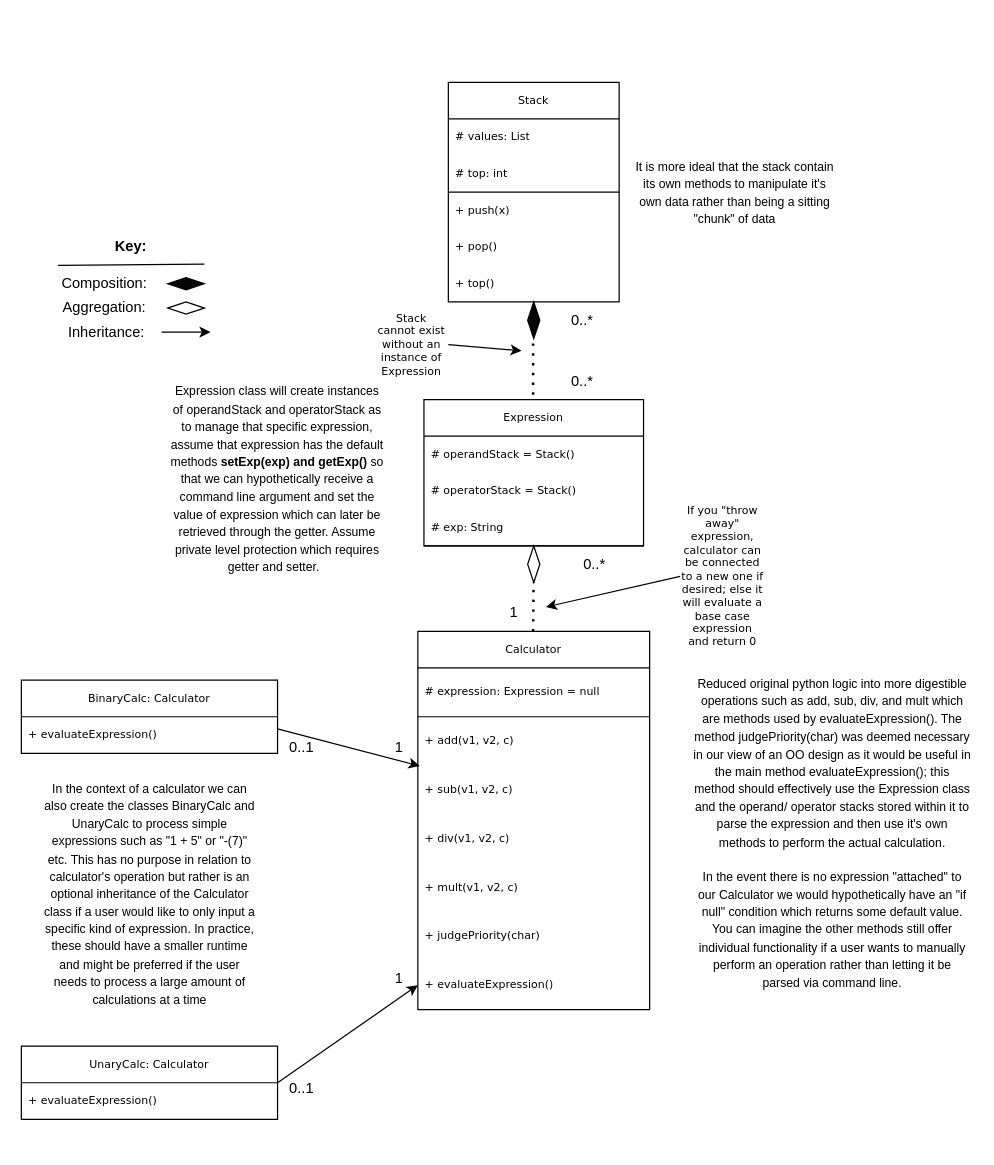
matty-gg/CSE2102-SP24-Lab1-Group19 keeps this draw.io diagram as Lab1ClassDiagram.drawio. Above is the earlier version. Source tidied: cells renumbered, new cells numbered last; positions are measured from the earlier drawing's top-left corner, leaving out a move shared by most shapes. Both pictures are drawn from the tidied source at 122%, with x=0, y=0 at pixel (21, 82).
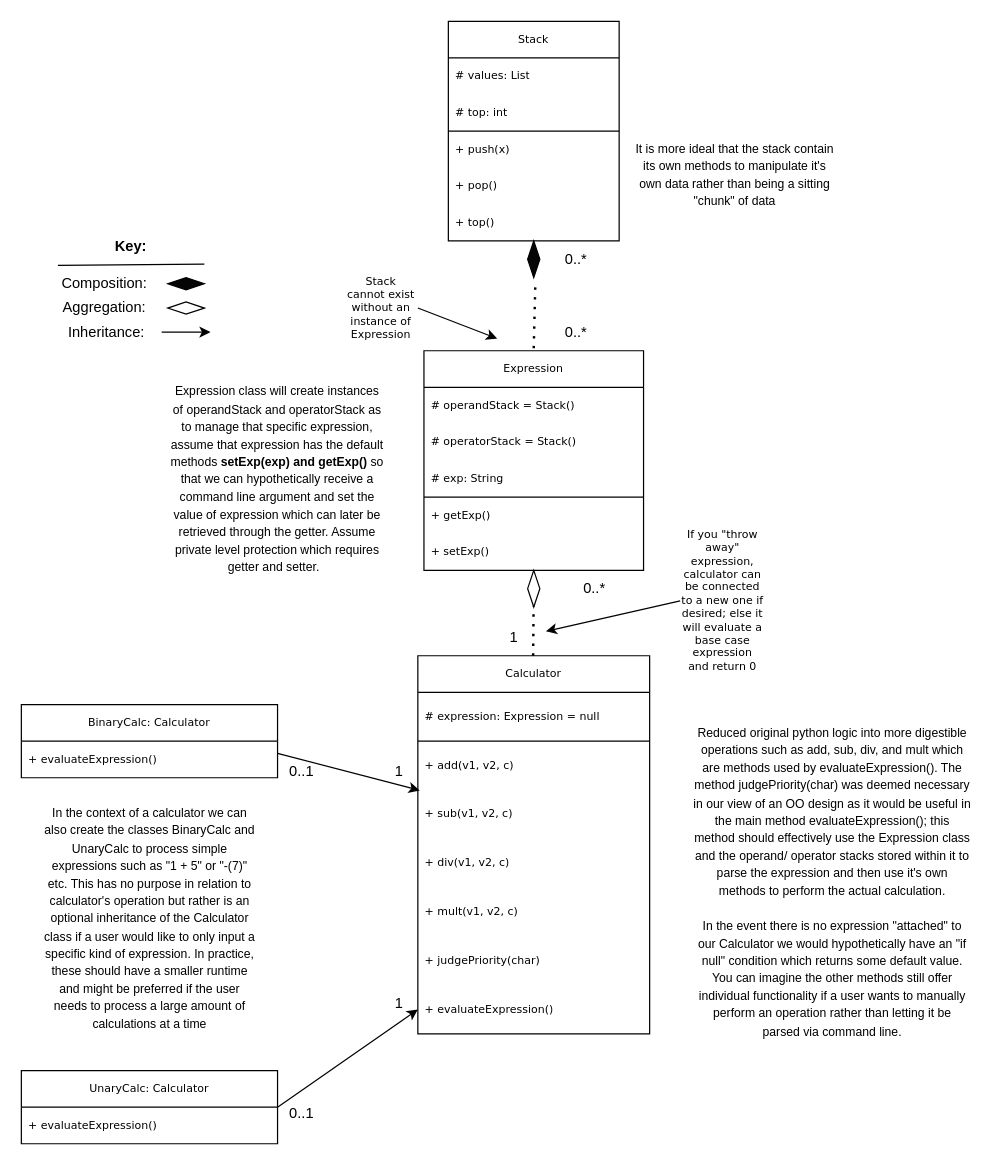
The same diagram, later.

Unchanged cells that the change refers to:
```xml
<mxCell id="17" value="+ evaluateExpression()" style="text;strokeColor=none;fillColor=none;align=left;verticalAlign=middle;spacingLeft=4;spacingRight=4;overflow=hidden;points=[[0,0.5],[1,0.5]];portConstraint=eastwest;whiteSpace=wrap;html=1;fontSize=9;fontFamily=Verdana;flipH=1;direction=east;" parent="9" vertex="1">
  <mxGeometry y="270" width="190" height="40" as="geometry" />
</mxCell>
```

Diff of the diagram source:
```diff
@@
     <mxCell id="2" value="Stack" style="swimlane;fontStyle=0;horizontal=1;startSize=30;whiteSpace=wrap;html=1;fontSize=9;fontFamily=Verdana;" parent="1" vertex="1">
-      <mxGeometry x="350" width="140" height="180" as="geometry" />
+      <mxGeometry x="350" y="-50" width="140" height="180" as="geometry" />
     </mxCell>
@@
     <mxCell id="9" value="Calculator" style="swimlane;fontStyle=0;horizontal=1;startSize=30;whiteSpace=wrap;html=1;fontSize=9;fontFamily=Verdana;" parent="1" vertex="1">
-      <mxGeometry x="325" y="450" width="190" height="310" as="geometry" />
+      <mxGeometry x="325" y="470" width="190" height="310" as="geometry" />
     </mxCell>
@@
     <mxCell id="18" value="Expression" style="swimlane;fontStyle=0;horizontal=1;startSize=30;whiteSpace=wrap;html=1;fontFamily=Verdana;fontSize=9;" parent="1" vertex="1">
-      <mxGeometry x="330" y="260" width="180" height="120" as="geometry" />
+      <mxGeometry x="330" y="220" width="180" height="180" as="geometry" />
     </mxCell>
@@
+    <mxCell id="59" value="+ getExp()" style="text;strokeColor=none;fillColor=none;align=left;verticalAlign=middle;spacingLeft=4;spacingRight=4;overflow=hidden;whiteSpace=wrap;html=1;fontFamily=Verdana;fontSize=9;" parent="18" vertex="1">
+      <mxGeometry y="120" width="180" height="30" as="geometry" />
+    </mxCell>
+    <mxCell id="60" value="+ setExp()" style="text;strokeColor=none;fillColor=none;align=left;verticalAlign=middle;spacingLeft=4;spacingRight=4;overflow=hidden;whiteSpace=wrap;html=1;fontFamily=Verdana;fontSize=9;" parent="18" vertex="1">
+      <mxGeometry y="150" width="180" height="30" as="geometry" />
+    </mxCell>
@@
     <mxCell id="23" value="&lt;font style=&quot;font-size: 9px;&quot;&gt;Stack cannot exist without an instance of Expression&lt;/font&gt;" style="text;html=1;strokeColor=none;fillColor=none;align=center;verticalAlign=middle;whiteSpace=wrap;rounded=0;fontSize=9;fontFamily=Verdana;" parent="1" vertex="1">
-      <mxGeometry x="290" y="200" width="60" height="30" as="geometry" />
+      <mxGeometry x="265" y="170" width="60" height="30" as="geometry" />
     </mxCell>
     <mxCell id="24" style="endArrow=classic;html=1;rounded=0;fontSize=9;fontFamily=Verdana;exitX=1;exitY=0.5;exitDx=0;exitDy=0;" parent="1" edge="1" source="23">
       <mxGeometry relative="1" as="geometry">
-        <mxPoint x="410" y="220" as="targetPoint" />
+        <mxPoint x="390" y="210" as="targetPoint" />
       </mxGeometry>
     </mxCell>
     <mxCell id="25" style="endArrow=classic;html=1;rounded=0;fontSize=9;fontFamily=Verdana;exitX=0;exitY=0.5;exitDx=0;exitDy=0;" parent="1" edge="1" source="26">
       <mxGeometry relative="1" as="geometry">
-        <mxPoint x="430" y="430" as="targetPoint" />
+        <mxPoint x="430" y="450" as="targetPoint" />
       </mxGeometry>
     </mxCell>
     <mxCell id="26" value="If you &quot;throw away&quot; expression, calculator can be connected to a new one if desired; else it will evaluate a base case expression and return 0" style="rounded=0;whiteSpace=wrap;html=1;strokeColor=none;fillColor=none;fontSize=9;fontFamily=Verdana;" parent="1" vertex="1">
-      <mxGeometry x="540" y="390" width="70" height="30" as="geometry" />
+      <mxGeometry x="540" y="410" width="70" height="30" as="geometry" />
     </mxCell>
     <mxCell id="27" value="BinaryCalc: Calculator" style="swimlane;fontStyle=0;horizontal=1;startSize=30;whiteSpace=wrap;html=1;fontSize=9;fontFamily=Verdana;" parent="1" vertex="1">
-      <mxGeometry y="490" width="210" height="60" as="geometry" />
+      <mxGeometry y="510" width="210" height="60" as="geometry" />
     </mxCell>
@@
     <mxCell id="29" value="UnaryCalc: Calculator" style="swimlane;fontStyle=0;horizontal=1;startSize=30;whiteSpace=wrap;html=1;fontSize=9;fontFamily=Verdana;" parent="1" vertex="1">
-      <mxGeometry y="790" width="210" height="60" as="geometry" />
+      <mxGeometry y="810" width="210" height="60" as="geometry" />
     </mxCell>
@@
-    <mxCell id="31" style="endArrow=none;dashed=1;html=1;dashPattern=1 3;strokeWidth=2;rounded=0;exitX=0.5;exitY=0;exitDx=0;exitDy=0;" parent="1" edge="1">
-      <mxGeometry relative="1" as="geometry">
-        <mxPoint x="419.5" y="256" as="sourcePoint" />
-        <mxPoint x="419.5" y="180" as="targetPoint" />
-      </mxGeometry>
+    <mxCell id="31" style="endArrow=none;dashed=1;html=1;dashPattern=1 3;strokeWidth=2;rounded=0;exitX=0.5;exitY=-0.011;exitDx=0;exitDy=0;exitPerimeter=0;entryX=0.633;entryY=1.133;entryDx=0;entryDy=0;entryPerimeter=0;" parent="1" edge="1" source="18" target="50">
+      <mxGeometry relative="1" as="geometry" />
     </mxCell>
     <mxCell id="32" style="endArrow=none;dashed=1;html=1;dashPattern=1 3;strokeWidth=2;rounded=0;exitX=0.5;exitY=0;exitDx=0;exitDy=0;" parent="1" edge="1" source="49">
       <mxGeometry relative="1" as="geometry">
-        <mxPoint x="420" y="380" as="targetPoint" />
+        <mxPoint x="420" y="400" as="targetPoint" />
       </mxGeometry>
     </mxCell>
     <mxCell id="33" value="0..*" style="text;html=1;strokeColor=none;fillColor=none;align=center;verticalAlign=middle;whiteSpace=wrap;rounded=0;" parent="1" vertex="1">
-      <mxGeometry x="440" y="380" width="60" height="30" as="geometry" />
+      <mxGeometry x="440" y="400" width="60" height="30" as="geometry" />
     </mxCell>
     <mxCell id="34" value="1" style="text;html=1;strokeColor=none;fillColor=none;align=center;verticalAlign=middle;whiteSpace=wrap;rounded=0;" parent="1" vertex="1">
-      <mxGeometry x="374" y="420" width="60" height="30" as="geometry" />
+      <mxGeometry x="374" y="440" width="60" height="30" as="geometry" />
     </mxCell>
     <mxCell id="35" value="0..1" style="text;html=1;strokeColor=none;fillColor=none;align=center;verticalAlign=middle;whiteSpace=wrap;rounded=0;" parent="1" vertex="1">
-      <mxGeometry x="200" y="530" width="60" height="30" as="geometry" />
+      <mxGeometry x="200" y="550" width="60" height="30" as="geometry" />
     </mxCell>
     <mxCell id="36" value="0..1" style="text;html=1;strokeColor=none;fillColor=none;align=center;verticalAlign=middle;whiteSpace=wrap;rounded=0;" parent="1" vertex="1">
-      <mxGeometry x="200" y="810" width="60" height="30" as="geometry" />
+      <mxGeometry x="200" y="830" width="60" height="30" as="geometry" />
     </mxCell>
     <mxCell id="37" value="0..*" style="text;html=1;strokeColor=none;fillColor=none;align=center;verticalAlign=middle;whiteSpace=wrap;rounded=0;" parent="1" vertex="1">
-      <mxGeometry x="430" y="180" width="60" height="30" as="geometry" />
+      <mxGeometry x="425" y="130" width="60" height="30" as="geometry" />
     </mxCell>
     <mxCell id="38" value="1" style="text;html=1;strokeColor=none;fillColor=none;align=center;verticalAlign=middle;whiteSpace=wrap;rounded=0;" parent="1" vertex="1">
-      <mxGeometry x="280" y="720" width="60" height="30" as="geometry" />
+      <mxGeometry x="280" y="740" width="60" height="30" as="geometry" />
     </mxCell>
     <mxCell id="39" value="1" style="text;html=1;strokeColor=none;fillColor=none;align=center;verticalAlign=middle;whiteSpace=wrap;rounded=0;" parent="1" vertex="1">
-      <mxGeometry x="280" y="530" width="60" height="30" as="geometry" />
+      <mxGeometry x="280" y="550" width="60" height="30" as="geometry" />
     </mxCell>
     <mxCell id="40" value="0..*" style="text;html=1;strokeColor=none;fillColor=none;align=center;verticalAlign=middle;whiteSpace=wrap;rounded=0;" parent="1" vertex="1">
-      <mxGeometry x="430" y="230" width="60" height="30" as="geometry" />
+      <mxGeometry x="425" y="190" width="60" height="30" as="geometry" />
     </mxCell>
     <mxCell id="41" style="endArrow=classic;html=1;rounded=0;" parent="1" edge="1">
       <mxGeometry relative="1" as="geometry">
-        <mxPoint x="250" y="710" as="sourcePoint" />
-        <mxPoint x="250" y="710" as="targetPoint" />
+        <mxPoint x="250" y="730" as="sourcePoint" />
+        <mxPoint x="250" y="730" as="targetPoint" />
       </mxGeometry>
     </mxCell>
@@
     <mxCell id="48" style="endArrow=none;dashed=1;html=1;dashPattern=1 3;strokeWidth=2;rounded=0;exitX=0.5;exitY=0;exitDx=0;exitDy=0;" parent="1" edge="1" target="49">
       <mxGeometry relative="1" as="geometry">
-        <mxPoint x="419.5" y="450" as="sourcePoint" />
+        <mxPoint x="419.5" y="470" as="sourcePoint" />
       </mxGeometry>
     </mxCell>
     <mxCell id="49" style="rhombus;whiteSpace=wrap;html=1;" parent="1" vertex="1">
-      <mxGeometry x="415" y="380" width="10" height="30" as="geometry" />
+      <mxGeometry x="415" y="400" width="10" height="30" as="geometry" />
     </mxCell>
     <mxCell id="50" style="rhombus;whiteSpace=wrap;html=1;fillColor=#050505;rotation=0;" parent="1" vertex="1">
-      <mxGeometry x="415" y="180" width="10" height="30" as="geometry" />
+      <mxGeometry x="415" y="130" width="10" height="30" as="geometry" />
     </mxCell>
@@
     <mxCell id="52" style="endArrow=classic;html=1;rounded=0;entryX=0;entryY=0.5;entryDx=0;entryDy=0;" parent="1" edge="1" target="17">
       <mxGeometry relative="1" as="geometry">
-        <mxPoint x="210" y="820" as="sourcePoint" />
+        <mxPoint x="210" y="840" as="sourcePoint" />
       </mxGeometry>
     </mxCell>
@@
     <mxCell id="55" value="&lt;font style=&quot;font-size: 10px;&quot;&gt;In the context of a calculator we can also create the classes BinaryCalc and UnaryCalc to process simple expressions such as &quot;1 + 5&quot; or &quot;-(7)&quot; etc. This has no purpose in relation to calculator's operation but rather is an optional inheritance of the Calculator class if a user would like to only input a specific kind of expression. In practice, these should have a smaller runtime and might be preferred if the user needs to process a large amount of calculations at a time&lt;/font&gt;" style="text;html=1;strokeColor=none;fillColor=none;align=center;verticalAlign=middle;whiteSpace=wrap;rounded=0;" parent="1" vertex="1">
-      <mxGeometry x="17.5" y="650" width="175" height="30" as="geometry" />
+      <mxGeometry x="17.5" y="670" width="175" height="30" as="geometry" />
     </mxCell>
     <mxCell id="56" value="&lt;font style=&quot;font-size: 10px;&quot;&gt;Reduced original python logic into more digestible operations such as add, sub, div, and mult which are methods used by evaluateExpression(). The method judgePriority(char) was deemed necessary in our view of an OO design as it would be useful in the main method evaluateExpression(); this method should effectively use the Expression class and the operand/ operator stacks stored within it to parse the expression and then use it's own methods to perform the actual calculation.&lt;br&gt;&lt;br&gt;In the event there is no expression &quot;attached&quot; to our Calculator we would hypothetically have an &quot;if null&quot; condition which returns some default value. You can imagine the other methods still offer individual functionality if a user wants to manually perform an operation rather than letting it be parsed via command line.&lt;br&gt;&lt;/font&gt;" style="text;html=1;strokeColor=none;fillColor=none;align=center;verticalAlign=middle;whiteSpace=wrap;rounded=0;" parent="1" vertex="1">
-      <mxGeometry x="550" y="600" width="230" height="30" as="geometry" />
+      <mxGeometry x="550" y="640" width="230" height="30" as="geometry" />
     </mxCell>
     <mxCell id="57" value="&lt;font style=&quot;font-size: 10px;&quot;&gt;It is more ideal that the stack contain its own methods to manipulate it's own data rather than being a sitting &quot;chunk&quot; of data&lt;/font&gt;" style="text;html=1;strokeColor=none;fillColor=none;align=center;verticalAlign=middle;whiteSpace=wrap;rounded=0;" parent="1" vertex="1">
-      <mxGeometry x="500" y="75" width="170" height="30" as="geometry" />
+      <mxGeometry x="500" y="60" width="170" height="30" as="geometry" />
     </mxCell>
```
